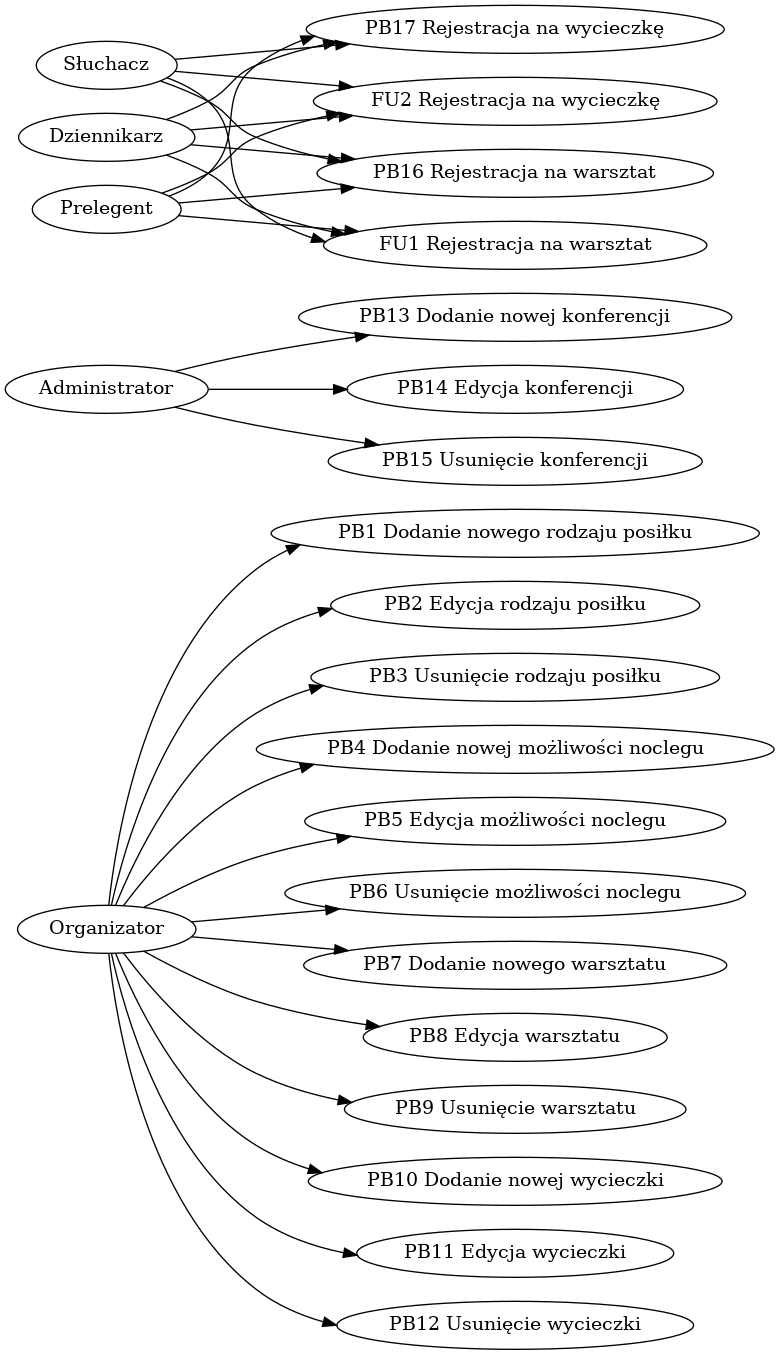
Before: przypadki.png, a diagram exported from Graphviz (zyla/iop_konferencja). Its source is kept beside it as przypadki.dot.
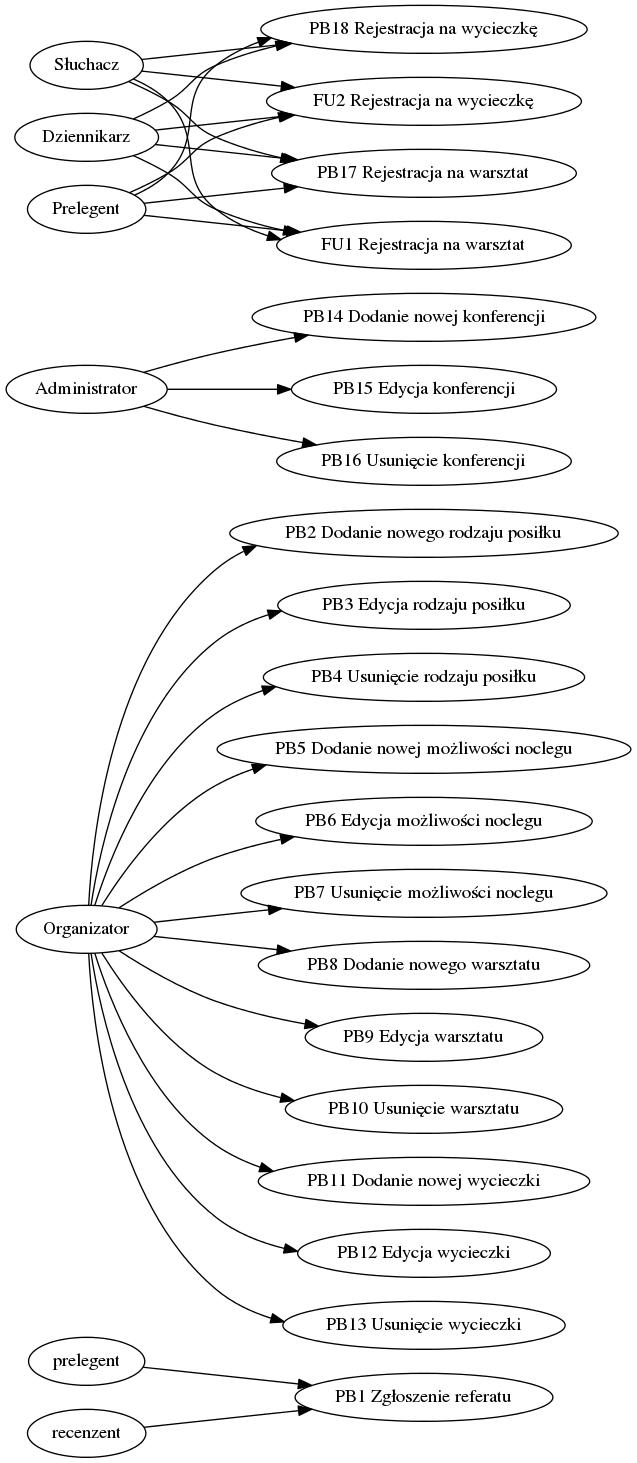
After the commit.

Change to the diagram source:
```diff
@@ -1,27 +1,29 @@
-digraph { rankdir=LR; "Organizator" -> "PB1 Dodanie nowego rodzaju posiłku"
-"Organizator" -> "PB2 Edycja rodzaju posiłku"
-"Organizator" -> "PB3 Usunięcie rodzaju posiłku"
-"Organizator" -> "PB4 Dodanie nowej możliwości noclegu"
-"Organizator" -> "PB5 Edycja możliwości noclegu"
-"Organizator" -> "PB6 Usunięcie możliwości noclegu"
-"Organizator" -> "PB7 Dodanie nowego warsztatu"
-"Organizator" -> "PB8 Edycja warsztatu"
-"Organizator" -> "PB9 Usunięcie warsztatu"
-"Organizator" -> "PB10 Dodanie nowej wycieczki"
-"Organizator" -> "PB11 Edycja wycieczki"
-"Organizator" -> "PB12 Usunięcie wycieczki"
-"Administrator" -> "PB13 Dodanie nowej konferencji"
-"Administrator" -> "PB14 Edycja konferencji"
-"Administrator" -> "PB15 Usunięcie konferencji"
-"Słuchacz" -> "PB16 Rejestracja na warsztat"
-"Dziennikarz" -> "PB16 Rejestracja na warsztat"
-"Prelegent" -> "PB16 Rejestracja na warsztat"
+digraph { rankdir=LR; "prelegent" -> "PB1 Zgłoszenie referatu"
+"recenzent" -> "PB1 Zgłoszenie referatu"
+"Organizator" -> "PB2 Dodanie nowego rodzaju posiłku"
+"Organizator" -> "PB3 Edycja rodzaju posiłku"
+"Organizator" -> "PB4 Usunięcie rodzaju posiłku"
+"Organizator" -> "PB5 Dodanie nowej możliwości noclegu"
+"Organizator" -> "PB6 Edycja możliwości noclegu"
+"Organizator" -> "PB7 Usunięcie możliwości noclegu"
+"Organizator" -> "PB8 Dodanie nowego warsztatu"
+"Organizator" -> "PB9 Edycja warsztatu"
+"Organizator" -> "PB10 Usunięcie warsztatu"
+"Organizator" -> "PB11 Dodanie nowej wycieczki"
+"Organizator" -> "PB12 Edycja wycieczki"
+"Organizator" -> "PB13 Usunięcie wycieczki"
+"Administrator" -> "PB14 Dodanie nowej konferencji"
+"Administrator" -> "PB15 Edycja konferencji"
+"Administrator" -> "PB16 Usunięcie konferencji"
+"Słuchacz" -> "PB17 Rejestracja na warsztat"
+"Dziennikarz" -> "PB17 Rejestracja na warsztat"
+"Prelegent" -> "PB17 Rejestracja na warsztat"
 "Słuchacz" -> "FU1 Rejestracja na warsztat"
 "Dziennikarz" -> "FU1 Rejestracja na warsztat"
 "Prelegent" -> "FU1 Rejestracja na warsztat"
-"Słuchacz" -> "PB17 Rejestracja na wycieczkę"
-"Dziennikarz" -> "PB17 Rejestracja na wycieczkę"
-"Prelegent" -> "PB17 Rejestracja na wycieczkę"
+"Słuchacz" -> "PB18 Rejestracja na wycieczkę"
+"Dziennikarz" -> "PB18 Rejestracja na wycieczkę"
+"Prelegent" -> "PB18 Rejestracja na wycieczkę"
 "Słuchacz" -> "FU2 Rejestracja na wycieczkę"
 "Dziennikarz" -> "FU2 Rejestracja na wycieczkę"
 "Prelegent" -> "FU2 Rejestracja na wycieczkę"
```
